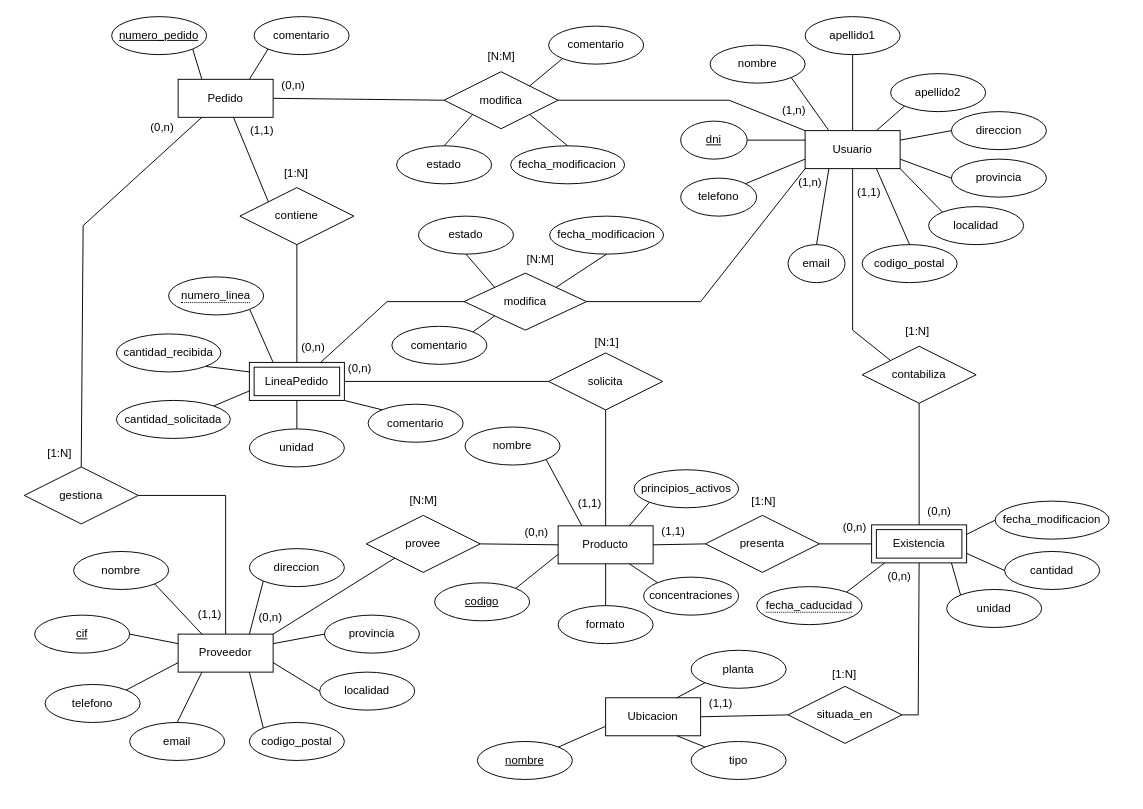
Earlier version of the draw.io diagram DiagramaER_sin_ids.drawio (mariopr25/AlmacenMedicamentosER). Source tidied: cells renumbered, new cells numbered last; positions are measured from the earlier drawing's top-left corner, leaving out a move shared by most shapes. Both pictures are drawn from the tidied source at 95%, with x=0, y=0 at pixel (16, 16).
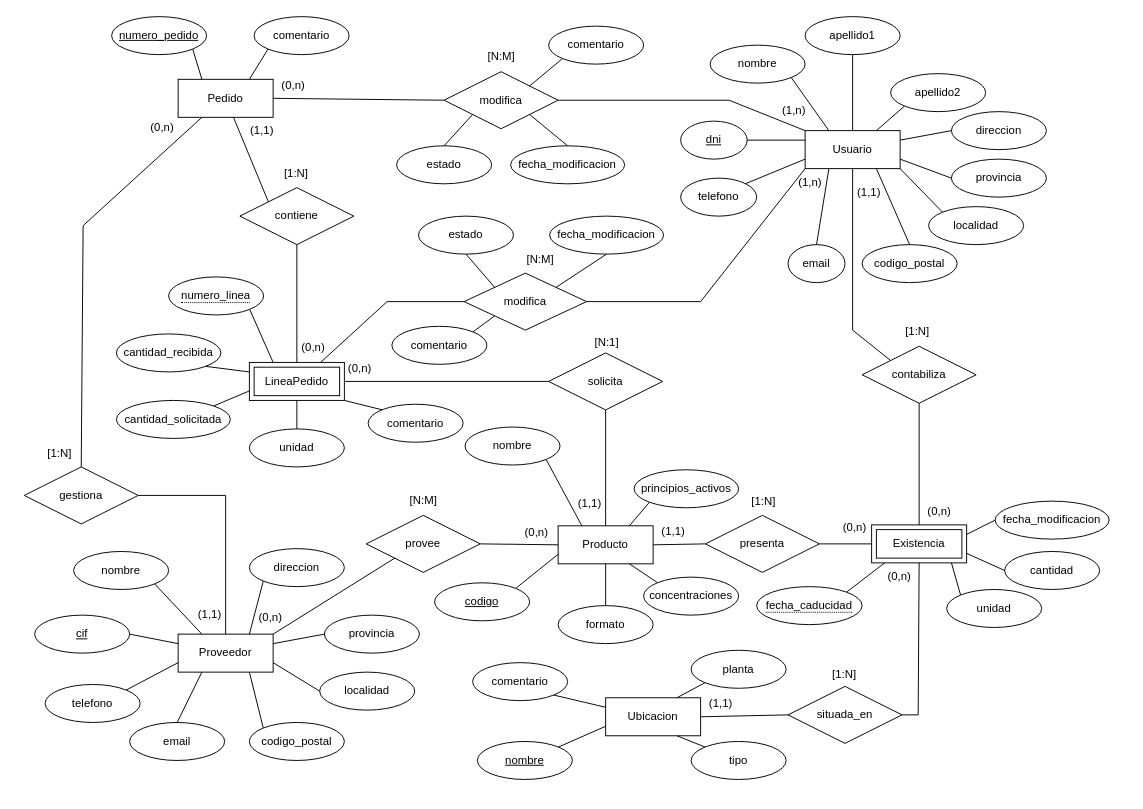
After the change.

Commit message:
Agregado comentario a Ubicacion

Unchanged cells that the change refers to:
```xml
<mxCell id="40" style="group;" parent="1" vertex="1">
  <mxGeometry x="510" y="667" width="330" height="150" as="geometry" />
</mxCell>
<mxCell id="41" value="Ubicacion" style="whiteSpace=wrap;html=1;align=center;" parent="40" vertex="1">
  <mxGeometry x="110" y="50" width="100" height="40" as="geometry" />
</mxCell>
```

Diff of the diagram source:
```diff
@@
+    <mxCell id="156" value="comentario" style="ellipse;whiteSpace=wrap;html=1;align=center;" parent="40" vertex="1">
+      <mxGeometry x="-30" y="13" width="100" height="40" as="geometry" />
+    </mxCell>
+    <mxCell id="157" style="endArrow=none;html=1;rounded=0;entryX=0;entryY=0.25;entryDx=0;entryDy=0;exitX=1;exitY=1;exitDx=0;exitDy=0;" parent="40" edge="1" source="156" target="41">
+      <mxGeometry relative="1" as="geometry" />
+    </mxCell>
```
